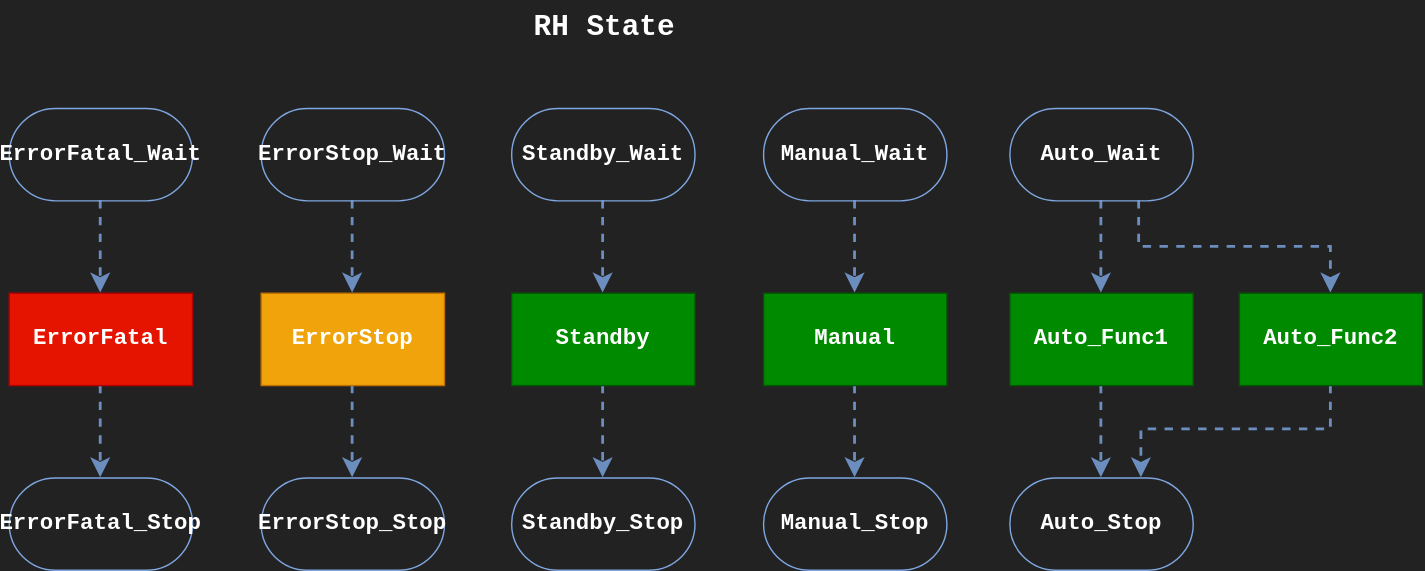
This is drawio/RHState.svg from Stolorzs/Picgo, a draw.io export, as it was before one commit. Source tidied: cells renumbered, new cells last; positions are measured from the earlier drawing's top-left corner, leaving out a move shared by most shapes.
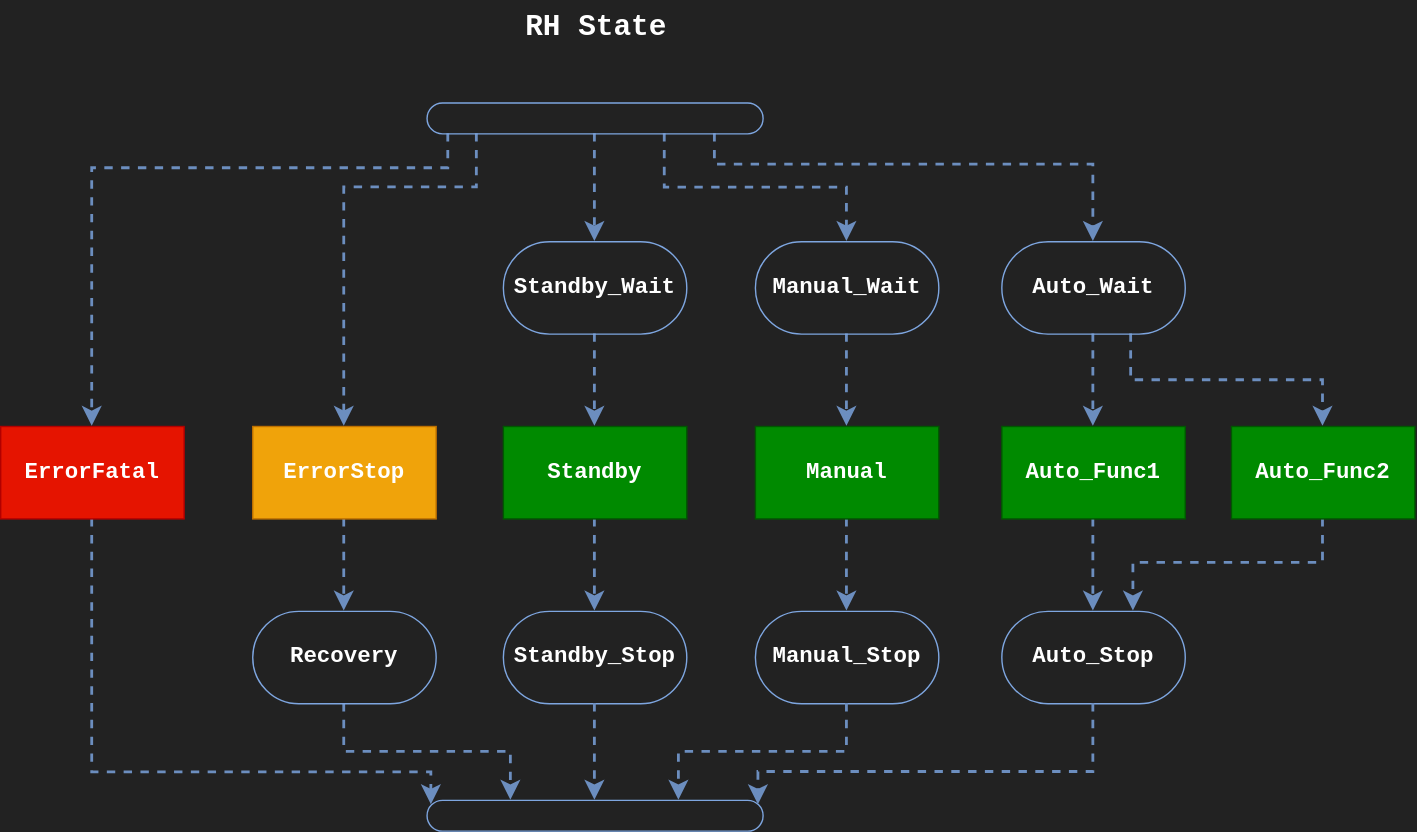
After the change.

Change to the diagram source:
```diff
@@ -3,7 +3,7 @@
     <mxCell id="0" />
     <mxCell id="1" parent="0" />
     <mxCell id="2" value="&lt;font color=&quot;#ffffff&quot;&gt;&lt;span style=&quot;font-size: 21px;&quot;&gt;RH State&lt;/span&gt;&lt;/font&gt;" style="text;html=1;align=center;verticalAlign=middle;strokeColor=none;fillColor=none;fontSize=12;fontFamily=Courier New;fontColor=default;fontStyle=1;labelBackgroundColor=none;" parent="1" vertex="1">
-      <mxGeometry x="365" width="119" height="37" as="geometry" />
+      <mxGeometry x="365" y="-95" width="119" height="37" as="geometry" />
     </mxCell>
     <mxCell id="3" style="group;" parent="1" vertex="1">
       <mxGeometry x="539" y="77" width="131" height="330" as="geometry" />
@@ -78,41 +78,85 @@
     <mxCell id="23" value="&lt;span style=&quot;font-size: 16px;&quot;&gt;Auto_Func2&lt;/span&gt;" style="rounded=0;whiteSpace=wrap;html=1;strokeColor=#005700;align=center;verticalAlign=middle;fontFamily=Courier New;fontSize=12;fontColor=#ffffff;fontStyle=1;labelBackgroundColor=none;fillColor=#008a00;" parent="15" vertex="1">
       <mxGeometry x="164" y="132" width="131" height="66" as="geometry" />
     </mxCell>
-    <mxCell id="24" style="group;" parent="1" vertex="1">
-      <mxGeometry x="180" y="77" width="131" height="330" as="geometry" />
-    </mxCell>
+    <mxCell id="36" style="edgeStyle=orthogonalEdgeStyle;shape=connector;rounded=0;jettySize=auto;html=1;entryX=0;entryY=0;entryDx=0;entryDy=0;dashed=1;strokeColor=#6c8ebf;strokeWidth=2;align=center;verticalAlign=middle;fontFamily=Helvetica;fontSize=16;fontColor=#FFFFFF;labelBackgroundColor=none;defaultLabelBackgroundColor=page;startSize=8;endArrow=classic;endSize=8;fillColor=#dae8fc;" parent="1" edge="1" source="32" target="45">
+      <mxGeometry relative="1" as="geometry">
+        <Array as="points">
+          <mxPoint x="65.5" y="456.2" />
+          <mxPoint x="307.7" y="456.2" />
+        </Array>
+      </mxGeometry>
+    </mxCell>
+    <mxCell id="32" value="&lt;span style=&quot;font-size: 16px;&quot;&gt;ErrorFatal&lt;/span&gt;" style="rounded=0;whiteSpace=wrap;html=1;strokeColor=#B20000;align=center;verticalAlign=middle;fontFamily=Courier New;fontSize=12;fontColor=#ffffff;fontStyle=1;labelBackgroundColor=none;fillColor=#e51400;" parent="1" vertex="1">
+      <mxGeometry y="209" width="131" height="66" as="geometry" />
+    </mxCell>
-    <mxCell id="25" style="edgeStyle=orthogonalEdgeStyle;shape=connector;rounded=0;jettySize=auto;html=1;dashed=1;strokeColor=#6c8ebf;strokeWidth=2;align=center;verticalAlign=middle;fontFamily=Helvetica;fontSize=16;fontColor=#FFFFFF;labelBackgroundColor=none;defaultLabelBackgroundColor=page;startSize=8;endArrow=classic;endSize=8;fillColor=#dae8fc;" parent="24" edge="1" source="26" target="29">
-      <mxGeometry relative="1" as="geometry" />
+    <mxCell id="25" style="edgeStyle=orthogonalEdgeStyle;shape=connector;rounded=0;jettySize=auto;html=1;dashed=1;strokeColor=#6c8ebf;strokeWidth=2;align=center;verticalAlign=middle;fontFamily=Helvetica;fontSize=16;fontColor=#FFFFFF;labelBackgroundColor=none;defaultLabelBackgroundColor=page;startSize=8;endArrow=classic;endSize=8;fillColor=#dae8fc;" parent="1" edge="1" source="26">
+      <mxGeometry relative="1" as="geometry">
+        <mxPoint x="245.5" y="341" as="targetPoint" />
+      </mxGeometry>
     </mxCell>
-    <mxCell id="26" value="&lt;span style=&quot;font-size: 16px;&quot;&gt;ErrorStop&lt;/span&gt;" style="rounded=0;whiteSpace=wrap;html=1;strokeColor=#BD7000;align=center;verticalAlign=middle;fontFamily=Courier New;fontSize=12;fontColor=#FFFFFF;fontStyle=1;labelBackgroundColor=none;fillColor=#f0a30a;" parent="24" vertex="1">
-      <mxGeometry y="132" width="131" height="66" as="geometry" />
+    <mxCell id="26" value="&lt;span style=&quot;font-size: 16px;&quot;&gt;ErrorStop&lt;/span&gt;" style="rounded=0;whiteSpace=wrap;html=1;strokeColor=#BD7000;align=center;verticalAlign=middle;fontFamily=Courier New;fontSize=12;fontColor=#FFFFFF;fontStyle=1;labelBackgroundColor=none;fillColor=#f0a30a;" parent="1" vertex="1">
+      <mxGeometry x="180" y="209" width="131" height="66" as="geometry" />
     </mxCell>
-    <mxCell id="27" style="edgeStyle=orthogonalEdgeStyle;shape=connector;rounded=0;jettySize=auto;html=1;strokeColor=#6c8ebf;align=center;verticalAlign=middle;fontFamily=Helvetica;fontSize=16;fontColor=#FFFFFF;labelBackgroundColor=none;defaultLabelBackgroundColor=page;startSize=8;endArrow=classic;endSize=8;fillColor=#dae8fc;dashed=1;strokeWidth=2;" parent="24" edge="1" source="28" target="26">
-      <mxGeometry relative="1" as="geometry" />
-    </mxCell>
-    <mxCell id="28" value="&lt;div&gt;&lt;font color=&quot;#ffffff&quot;&gt;&lt;span style=&quot;font-size: 16px;&quot;&gt;ErrorStop_Wait&lt;/span&gt;&lt;/font&gt;&lt;/div&gt;" style="rounded=1;whiteSpace=wrap;html=1;strokeColor=#7EA6E0;align=center;verticalAlign=middle;fontFamily=Courier New;fontSize=12;fontColor=default;fontStyle=1;labelBackgroundColor=none;fillColor=none;roundedPerimeter=1;arcSize=50;" parent="24" vertex="1">
-      <mxGeometry width="131" height="66" as="geometry" />
-    </mxCell>
-    <mxCell id="29" value="&lt;div&gt;&lt;font color=&quot;#ffffff&quot;&gt;&lt;span style=&quot;font-size: 16px;&quot;&gt;ErrorStop_Stop&lt;/span&gt;&lt;/font&gt;&lt;/div&gt;" style="rounded=1;whiteSpace=wrap;html=1;strokeColor=#7EA6E0;align=center;verticalAlign=middle;fontFamily=Courier New;fontSize=12;fontColor=default;fontStyle=1;labelBackgroundColor=none;fillColor=none;roundedPerimeter=1;arcSize=50;" parent="24" vertex="1">
-      <mxGeometry y="264" width="131" height="66" as="geometry" />
-    </mxCell>
-    <mxCell id="30" style="group;" parent="1" vertex="1">
-      <mxGeometry y="77" width="131" height="330" as="geometry" />
-    </mxCell>
-    <mxCell id="31" style="edgeStyle=orthogonalEdgeStyle;shape=connector;rounded=0;jettySize=auto;html=1;dashed=1;strokeColor=#6c8ebf;strokeWidth=2;align=center;verticalAlign=middle;fontFamily=Helvetica;fontSize=16;fontColor=#FFFFFF;labelBackgroundColor=none;defaultLabelBackgroundColor=page;startSize=8;endArrow=classic;endSize=8;fillColor=#dae8fc;" parent="30" edge="1" source="32" target="35">
-      <mxGeometry relative="1" as="geometry" />
-    </mxCell>
-    <mxCell id="32" value="&lt;span style=&quot;font-size: 16px;&quot;&gt;ErrorFatal&lt;/span&gt;" style="rounded=0;whiteSpace=wrap;html=1;strokeColor=#B20000;align=center;verticalAlign=middle;fontFamily=Courier New;fontSize=12;fontColor=#ffffff;fontStyle=1;labelBackgroundColor=none;fillColor=#e51400;" parent="30" vertex="1">
-      <mxGeometry y="132" width="131" height="66" as="geometry" />
-    </mxCell>
-    <mxCell id="33" style="edgeStyle=orthogonalEdgeStyle;shape=connector;rounded=0;jettySize=auto;html=1;strokeColor=#6c8ebf;align=center;verticalAlign=middle;fontFamily=Helvetica;fontSize=16;fontColor=#FFFFFF;labelBackgroundColor=none;defaultLabelBackgroundColor=page;startSize=8;endArrow=classic;endSize=8;fillColor=#dae8fc;dashed=1;strokeWidth=2;" parent="30" edge="1" source="34" target="32">
-      <mxGeometry relative="1" as="geometry" />
-    </mxCell>
-    <mxCell id="34" value="&lt;div&gt;&lt;font color=&quot;#ffffff&quot;&gt;&lt;span style=&quot;font-size: 16px;&quot;&gt;ErrorFatal_Wait&lt;/span&gt;&lt;/font&gt;&lt;/div&gt;" style="rounded=1;whiteSpace=wrap;html=1;strokeColor=#7EA6E0;align=center;verticalAlign=middle;fontFamily=Courier New;fontSize=12;fontColor=default;fontStyle=1;labelBackgroundColor=none;fillColor=none;roundedPerimeter=1;arcSize=50;" parent="30" vertex="1">
-      <mxGeometry width="131" height="66" as="geometry" />
-    </mxCell>
-    <mxCell id="35" value="&lt;div&gt;&lt;font color=&quot;#ffffff&quot;&gt;&lt;span style=&quot;font-size: 16px;&quot;&gt;ErrorFatal_Stop&lt;/span&gt;&lt;/font&gt;&lt;/div&gt;" style="rounded=1;whiteSpace=wrap;html=1;strokeColor=#7EA6E0;align=center;verticalAlign=middle;fontFamily=Courier New;fontSize=12;fontColor=default;fontStyle=1;labelBackgroundColor=none;fillColor=none;roundedPerimeter=1;arcSize=50;" parent="30" vertex="1">
-      <mxGeometry y="264" width="131" height="66" as="geometry" />
-    </mxCell>
+    <mxCell id="37" style="edgeStyle=orthogonalEdgeStyle;shape=connector;rounded=0;jettySize=auto;html=1;entryX=0.25;entryY=0;entryDx=0;entryDy=0;dashed=1;strokeColor=#6c8ebf;strokeWidth=2;align=center;verticalAlign=middle;fontFamily=Helvetica;fontSize=16;fontColor=#FFFFFF;labelBackgroundColor=none;defaultLabelBackgroundColor=page;startSize=8;endArrow=classic;endSize=8;fillColor=#dae8fc;" parent="1" edge="1" source="38" target="45">
+      <mxGeometry relative="1" as="geometry" />
+    </mxCell>
+    <mxCell id="38" value="&lt;div&gt;&lt;font color=&quot;#ffffff&quot;&gt;&lt;span style=&quot;font-size: 16px;&quot;&gt;Recovery&lt;/span&gt;&lt;/font&gt;&lt;/div&gt;" style="rounded=1;whiteSpace=wrap;html=1;strokeColor=#7EA6E0;align=center;verticalAlign=middle;fontFamily=Courier New;fontSize=12;fontColor=default;fontStyle=1;labelBackgroundColor=none;fillColor=none;roundedPerimeter=1;arcSize=50;" parent="1" vertex="1">
+      <mxGeometry x="180" y="341" width="131" height="66" as="geometry" />
+    </mxCell>
+    <mxCell id="39" style="edgeStyle=orthogonalEdgeStyle;shape=connector;rounded=0;jettySize=auto;html=1;dashed=1;strokeColor=#6c8ebf;strokeWidth=2;align=center;verticalAlign=middle;fontFamily=Helvetica;fontSize=16;fontColor=#FFFFFF;labelBackgroundColor=none;defaultLabelBackgroundColor=page;startSize=8;endArrow=classic;endSize=8;fillColor=#dae8fc;" parent="1" edge="1" source="44" target="13">
+      <mxGeometry relative="1" as="geometry" />
+    </mxCell>
+    <mxCell id="40" style="edgeStyle=orthogonalEdgeStyle;shape=connector;rounded=0;jettySize=auto;html=1;dashed=1;strokeColor=#6c8ebf;strokeWidth=2;align=center;verticalAlign=middle;fontFamily=Helvetica;fontSize=16;fontColor=#FFFFFF;labelBackgroundColor=none;defaultLabelBackgroundColor=page;startSize=8;endArrow=classic;endSize=8;fillColor=#dae8fc;" parent="1" edge="1" source="44" target="7">
+      <mxGeometry x="-0.24" relative="1" as="geometry">
+        <Array as="points">
+          <mxPoint x="474.4" y="38.5" />
+          <mxPoint x="604.5" y="38.5" />
+        </Array>
+      </mxGeometry>
+    </mxCell>
+    <mxCell id="41" style="edgeStyle=orthogonalEdgeStyle;shape=connector;rounded=0;jettySize=auto;html=1;dashed=1;strokeColor=#6c8ebf;strokeWidth=2;align=center;verticalAlign=middle;fontFamily=Helvetica;fontSize=16;fontColor=#FFFFFF;labelBackgroundColor=none;defaultLabelBackgroundColor=page;startSize=8;endArrow=classic;endSize=8;fillColor=#dae8fc;" parent="1" edge="1" source="44" target="20">
+      <mxGeometry x="-0.24" relative="1" as="geometry">
+        <Array as="points">
+          <mxPoint x="510.2" y="22.1" />
+          <mxPoint x="780.5" y="22.1" />
+        </Array>
+      </mxGeometry>
+    </mxCell>
+    <mxCell id="42" style="edgeStyle=orthogonalEdgeStyle;shape=connector;rounded=0;jettySize=auto;html=1;dashed=1;strokeColor=#6c8ebf;strokeWidth=2;align=center;verticalAlign=middle;fontFamily=Helvetica;fontSize=16;fontColor=#FFFFFF;labelBackgroundColor=none;defaultLabelBackgroundColor=page;startSize=8;endArrow=classic;endSize=8;fillColor=#dae8fc;" parent="1" edge="1" source="44" target="26">
+      <mxGeometry x="-0.28" relative="1" as="geometry">
+        <Array as="points">
+          <mxPoint x="340.2" y="38.4" />
+          <mxPoint x="245.5" y="38.4" />
+        </Array>
+      </mxGeometry>
+    </mxCell>
+    <mxCell id="43" style="edgeStyle=orthogonalEdgeStyle;shape=connector;rounded=0;jettySize=auto;html=1;dashed=1;strokeColor=#6c8ebf;strokeWidth=2;align=center;verticalAlign=middle;fontFamily=Helvetica;fontSize=16;fontColor=#FFFFFF;labelBackgroundColor=none;defaultLabelBackgroundColor=page;startSize=8;endArrow=classic;endSize=8;fillColor=#dae8fc;" parent="1" edge="1" source="44" target="32">
+      <mxGeometry x="-0.23" relative="1" as="geometry">
+        <Array as="points">
+          <mxPoint x="319.8" y="24.7" />
+          <mxPoint x="65.5" y="24.7" />
+        </Array>
+      </mxGeometry>
+    </mxCell>
+    <mxCell id="44" value=" " style="rounded=1;whiteSpace=wrap;html=1;strokeColor=#7EA6E0;align=center;verticalAlign=middle;fontFamily=Courier New;fontSize=12;fontColor=default;fontStyle=1;labelBackgroundColor=none;fillColor=none;roundedPerimeter=1;arcSize=50;" parent="1" vertex="1">
+      <mxGeometry x="304.5" y="-22" width="240" height="22" as="geometry" />
+    </mxCell>
+    <mxCell id="45" value=" " style="rounded=1;whiteSpace=wrap;html=1;strokeColor=#7EA6E0;align=center;verticalAlign=middle;fontFamily=Courier New;fontSize=12;fontColor=default;fontStyle=1;labelBackgroundColor=none;fillColor=none;roundedPerimeter=1;arcSize=50;" parent="1" vertex="1">
+      <mxGeometry x="304.5" y="476" width="240" height="22" as="geometry" />
+    </mxCell>
+    <mxCell id="46" style="edgeStyle=orthogonalEdgeStyle;shape=connector;rounded=0;jettySize=auto;html=1;dashed=1;strokeColor=#6c8ebf;strokeWidth=2;align=center;verticalAlign=middle;fontFamily=Helvetica;fontSize=16;fontColor=#FFFFFF;labelBackgroundColor=none;defaultLabelBackgroundColor=page;startSize=8;endArrow=classic;endSize=8;fillColor=#dae8fc;" parent="1" edge="1" source="14" target="45">
+      <mxGeometry relative="1" as="geometry" />
+    </mxCell>
+    <mxCell id="47" style="edgeStyle=orthogonalEdgeStyle;shape=connector;rounded=0;jettySize=auto;html=1;entryX=0.75;entryY=0;entryDx=0;entryDy=0;dashed=1;strokeColor=#6c8ebf;strokeWidth=2;align=center;verticalAlign=middle;fontFamily=Helvetica;fontSize=16;fontColor=#FFFFFF;labelBackgroundColor=none;defaultLabelBackgroundColor=page;startSize=8;endArrow=classic;endSize=8;fillColor=#dae8fc;" parent="1" edge="1" source="8" target="45">
+      <mxGeometry relative="1" as="geometry" />
+    </mxCell>
+    <mxCell id="48" style="edgeStyle=orthogonalEdgeStyle;shape=connector;rounded=0;jettySize=auto;html=1;entryX=1;entryY=0;entryDx=0;entryDy=0;dashed=1;strokeColor=#6c8ebf;strokeWidth=2;align=center;verticalAlign=middle;fontFamily=Helvetica;fontSize=16;fontColor=#FFFFFF;labelBackgroundColor=none;defaultLabelBackgroundColor=page;startSize=8;endArrow=classic;endSize=8;fillColor=#dae8fc;" parent="1" edge="1" source="21" target="45">
+      <mxGeometry relative="1" as="geometry">
+        <Array as="points">
+          <mxPoint x="780.5" y="455.9" />
+          <mxPoint x="541.3" y="455.9" />
+        </Array>
+      </mxGeometry>
+    </mxCell>
   </root>
 </mxGraphModel>
```
